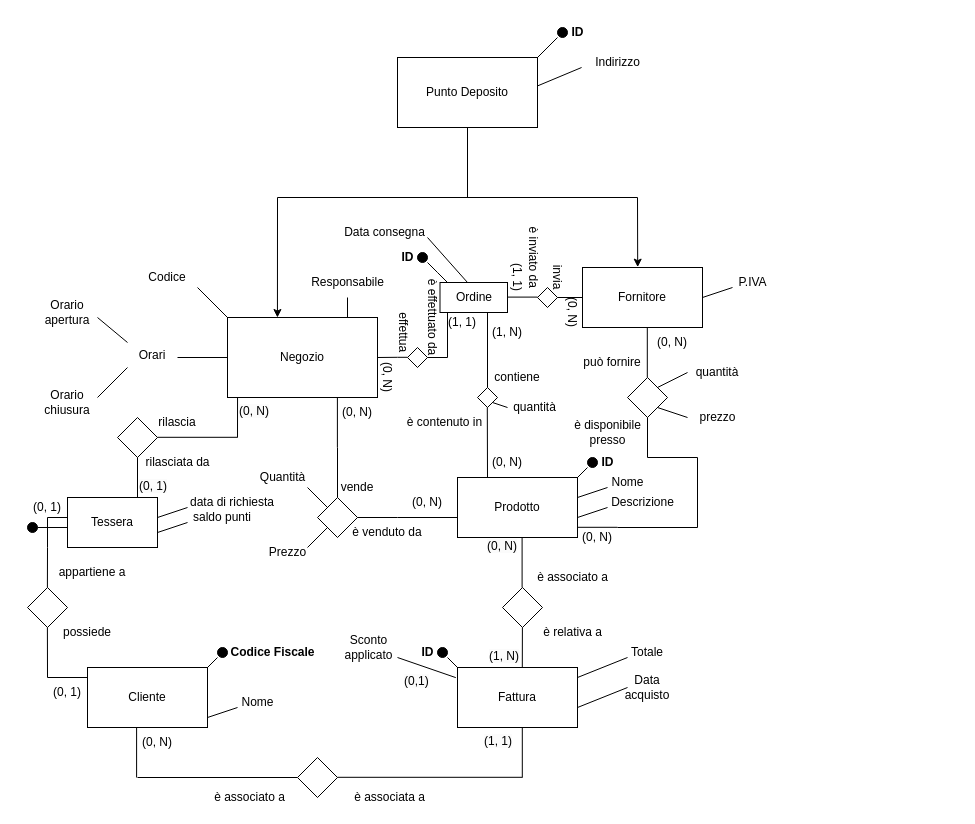
Before: docs/ER-diagram.drawio in Casne99/DB-Project, a draw.io diagram. Source tidied: cells renumbered, new cells numbered last; positions are measured from the earlier drawing's top-left corner, leaving out a move shared by most shapes. Both pictures are drawn from the tidied source at 100%, with x=0, y=0 at pixel (17, 17).
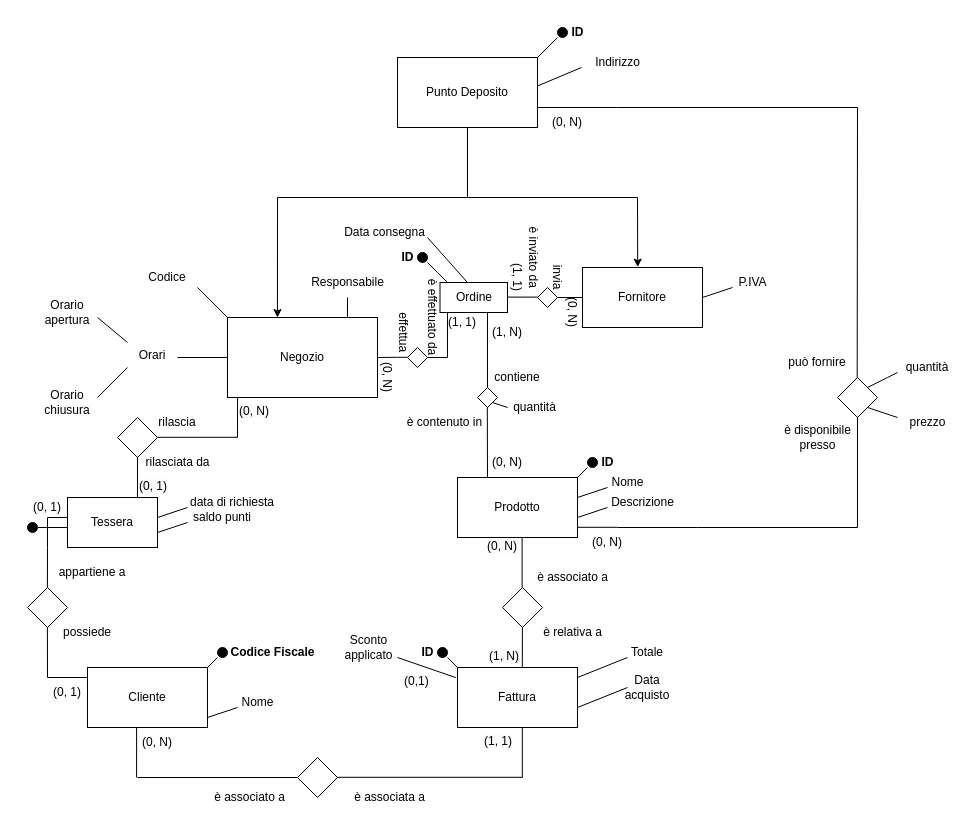
The same page after the edit.

Commit message:
Accorpata relazione di disponibilità presso negozi e fornitori verso la super-entità superiore

What changed in the source:
```diff
@@
-    <mxCell id="18" style="rhombus;whiteSpace=wrap;html=1;" parent="1" vertex="1">
-      <mxGeometry x="300" y="480" width="40" height="40" as="geometry" />
-    </mxCell>
-    <mxCell id="19" value="(0, N)" style="text;html=1;align=center;verticalAlign=middle;whiteSpace=wrap;rounded=0;" parent="1" vertex="1">
-      <mxGeometry x="310" y="380" width="60" height="30" as="geometry" />
-    </mxCell>
@@
-    <mxCell id="21" style="endArrow=none;html=1;rounded=0;elbow=vertical;" parent="1" edge="1">
-      <mxGeometry relative="1" as="geometry">
-        <mxPoint x="319.9" y="430" as="sourcePoint" />
-        <mxPoint x="319.9" y="380" as="targetPoint" />
-      </mxGeometry>
-    </mxCell>
-    <mxCell id="22" style="endArrow=none;html=1;rounded=0;elbow=vertical;exitX=0.5;exitY=0;exitDx=0;exitDy=0;" parent="1" edge="1" source="18">
-      <mxGeometry relative="1" as="geometry">
-        <mxPoint x="320" y="430" as="targetPoint" />
-      </mxGeometry>
-    </mxCell>
-    <mxCell id="23" style="endArrow=none;html=1;rounded=0;elbow=vertical;" parent="1" edge="1">
-      <mxGeometry relative="1" as="geometry">
-        <mxPoint x="440" y="500" as="sourcePoint" />
-        <mxPoint x="380" y="500" as="targetPoint" />
-      </mxGeometry>
-    </mxCell>
-    <mxCell id="24" style="endArrow=none;html=1;rounded=0;elbow=vertical;exitX=1;exitY=0.5;exitDx=0;exitDy=0;" parent="1" edge="1" source="18">
-      <mxGeometry relative="1" as="geometry">
-        <mxPoint x="380" y="500" as="targetPoint" />
-      </mxGeometry>
-    </mxCell>
-    <mxCell id="25" value="(0, N)" style="text;html=1;align=center;verticalAlign=middle;whiteSpace=wrap;rounded=0;" parent="1" vertex="1">
-      <mxGeometry x="380" y="470" width="60" height="30" as="geometry" />
-    </mxCell>
-    <mxCell id="26" value="vende" style="text;html=1;align=center;verticalAlign=middle;whiteSpace=wrap;rounded=0;" parent="1" vertex="1">
-      <mxGeometry x="310" y="455" width="60" height="30" as="geometry" />
-    </mxCell>
-    <mxCell id="27" value="è venduto da" style="text;html=1;align=center;verticalAlign=middle;whiteSpace=wrap;rounded=0;" parent="1" vertex="1">
-      <mxGeometry x="330" y="500" width="80" height="30" as="geometry" />
-    </mxCell>
-    <mxCell id="28" style="endArrow=none;html=1;rounded=0;elbow=vertical;entryX=0;entryY=1;entryDx=0;entryDy=0;" parent="1" edge="1" target="18">
-      <mxGeometry relative="1" as="geometry">
-        <mxPoint x="290" y="530" as="sourcePoint" />
-      </mxGeometry>
-    </mxCell>
-    <mxCell id="29" value="Prezzo" style="text;html=1;align=center;verticalAlign=middle;strokeColor=none;fillColor=none;" parent="1" vertex="1">
-      <mxGeometry x="240" y="520" width="60" height="30" as="geometry" />
-    </mxCell>
@@
     <mxCell id="62" value="è disponibile presso" style="text;html=1;align=center;verticalAlign=middle;whiteSpace=wrap;rounded=0;" parent="1" vertex="1">
-      <mxGeometry x="547.5" y="400" width="85" height="30" as="geometry" />
+      <mxGeometry x="757.5" y="405" width="85" height="30" as="geometry" />
     </mxCell>
     <mxCell id="63" value="può fornire" style="text;html=1;align=center;verticalAlign=middle;whiteSpace=wrap;rounded=0;" parent="1" vertex="1">
-      <mxGeometry x="565" y="330" width="60" height="30" as="geometry" />
+      <mxGeometry x="770" y="330" width="60" height="30" as="geometry" />
     </mxCell>
     <mxCell id="64" value="prezzo" style="text;html=1;align=center;verticalAlign=middle;strokeColor=none;fillColor=none;" parent="1" vertex="1">
-      <mxGeometry x="670" y="385" width="60" height="30" as="geometry" />
+      <mxGeometry x="880" y="390" width="60" height="30" as="geometry" />
     </mxCell>
-    <mxCell id="65" style="endArrow=none;html=1;rounded=0;entryX=0;entryY=0.5;entryDx=0;entryDy=0;" parent="1" edge="1" target="66">
-      <mxGeometry relative="1" as="geometry">
-        <mxPoint x="640" y="370" as="sourcePoint" />
-      </mxGeometry>
-    </mxCell>
     <mxCell id="66" value="quantità" style="text;html=1;align=center;verticalAlign=middle;whiteSpace=wrap;rounded=0;" parent="1" vertex="1">
-      <mxGeometry x="670" y="340" width="60" height="30" as="geometry" />
+      <mxGeometry x="880" y="335" width="60" height="30" as="geometry" />
     </mxCell>
@@
-    <mxCell id="78" style="endArrow=none;html=1;rounded=0;" parent="1" edge="1">
-      <mxGeometry relative="1" as="geometry">
-        <mxPoint x="629.8" y="360" as="sourcePoint" />
-        <mxPoint x="629.8" y="310" as="targetPoint" />
-      </mxGeometry>
-    </mxCell>
-    <mxCell id="79" style="rhombus;whiteSpace=wrap;html=1;" parent="1" vertex="1">
-      <mxGeometry x="610" y="360" width="40" height="40" as="geometry" />
-    </mxCell>
     <mxCell id="80" style="endArrow=none;html=1;rounded=0;" parent="1" edge="1">
       <mxGeometry relative="1" as="geometry">
-        <mxPoint x="640" y="390" as="sourcePoint" />
-        <mxPoint x="670" y="400" as="targetPoint" />
+        <mxPoint x="850" y="390" as="sourcePoint" />
+        <mxPoint x="880" y="400" as="targetPoint" />
       </mxGeometry>
     </mxCell>
-    <mxCell id="81" style="endArrow=none;html=1;rounded=0;entryX=0.5;entryY=1;entryDx=0;entryDy=0;" parent="1" edge="1" target="79">
-      <mxGeometry relative="1" as="geometry">
-        <mxPoint x="630" y="440" as="sourcePoint" />
-      </mxGeometry>
-    </mxCell>
-    <mxCell id="82" style="endArrow=none;html=1;rounded=0;" parent="1" edge="1">
-      <mxGeometry relative="1" as="geometry">
-        <mxPoint x="630" y="440" as="sourcePoint" />
-        <mxPoint x="680" y="440" as="targetPoint" />
-      </mxGeometry>
-    </mxCell>
-    <mxCell id="83" style="endArrow=none;html=1;rounded=0;" parent="1" edge="1">
-      <mxGeometry relative="1" as="geometry">
-        <mxPoint x="680" y="510" as="sourcePoint" />
-        <mxPoint x="680" y="440" as="targetPoint" />
-      </mxGeometry>
-    </mxCell>
@@
-    <mxCell id="86" value="(0, N)" style="text;html=1;align=center;verticalAlign=middle;whiteSpace=wrap;rounded=0;" parent="1" vertex="1">
-      <mxGeometry x="625" y="310" width="60" height="30" as="geometry" />
-    </mxCell>
     <mxCell id="87" value="(0, N)" style="text;html=1;align=center;verticalAlign=middle;whiteSpace=wrap;rounded=0;" parent="1" vertex="1">
-      <mxGeometry x="550" y="505" width="60" height="30" as="geometry" />
+      <mxGeometry x="560" y="510" width="60" height="30" as="geometry" />
     </mxCell>
@@
-    <mxCell id="144" style="endArrow=none;html=1;rounded=0;elbow=vertical;" parent="1" edge="1">
-      <mxGeometry relative="1" as="geometry">
-        <mxPoint x="310" y="490" as="sourcePoint" />
-        <mxPoint x="290" y="470" as="targetPoint" />
-      </mxGeometry>
-    </mxCell>
-    <mxCell id="145" value="Quantità" style="text;html=1;align=center;verticalAlign=middle;strokeColor=none;fillColor=none;" parent="1" vertex="1">
-      <mxGeometry x="230" y="445" width="70" height="30" as="geometry" />
-    </mxCell>
@@
+    <mxCell id="151" style="rhombus;whiteSpace=wrap;html=1;" parent="1" vertex="1">
+      <mxGeometry x="820" y="360" width="40" height="40" as="geometry" />
+    </mxCell>
+    <mxCell id="152" style="endArrow=none;html=1;rounded=0;entryX=0;entryY=0.5;entryDx=0;entryDy=0;" parent="1" edge="1">
+      <mxGeometry relative="1" as="geometry">
+        <mxPoint x="850" y="370" as="sourcePoint" />
+        <mxPoint x="880" y="355" as="targetPoint" />
+        <Array as="points">
+          <mxPoint x="870" y="360" />
+        </Array>
+      </mxGeometry>
+    </mxCell>
+    <mxCell id="153" style="endArrow=none;html=1;rounded=0;" parent="1" edge="1">
+      <mxGeometry relative="1" as="geometry">
+        <mxPoint x="680" y="510" as="sourcePoint" />
+        <mxPoint x="840" y="510" as="targetPoint" />
+      </mxGeometry>
+    </mxCell>
+    <mxCell id="154" style="endArrow=none;html=1;rounded=0;entryX=0.5;entryY=1;entryDx=0;entryDy=0;" parent="1" edge="1" target="151">
+      <mxGeometry relative="1" as="geometry">
+        <mxPoint x="840" y="510" as="sourcePoint" />
+      </mxGeometry>
+    </mxCell>
+    <mxCell id="155" style="endArrow=none;html=1;rounded=0;" parent="1" edge="1">
+      <mxGeometry relative="1" as="geometry">
+        <mxPoint x="839.7" y="360" as="sourcePoint" />
+        <mxPoint x="840" y="90" as="targetPoint" />
+      </mxGeometry>
+    </mxCell>
+    <mxCell id="156" style="endArrow=none;html=1;rounded=0;" parent="1" edge="1">
+      <mxGeometry relative="1" as="geometry">
+        <mxPoint x="600" y="90" as="sourcePoint" />
+        <mxPoint x="840" y="90" as="targetPoint" />
+      </mxGeometry>
+    </mxCell>
+    <mxCell id="157" style="endArrow=none;html=1;rounded=0;" parent="1" edge="1">
+      <mxGeometry relative="1" as="geometry">
+        <mxPoint x="520" y="90" as="sourcePoint" />
+        <mxPoint x="600" y="90" as="targetPoint" />
+      </mxGeometry>
+    </mxCell>
+    <mxCell id="158" value="(0, N)" style="text;html=1;align=center;verticalAlign=middle;whiteSpace=wrap;rounded=0;" parent="1" vertex="1">
+      <mxGeometry x="520" y="90" width="60" height="30" as="geometry" />
+    </mxCell>
```
